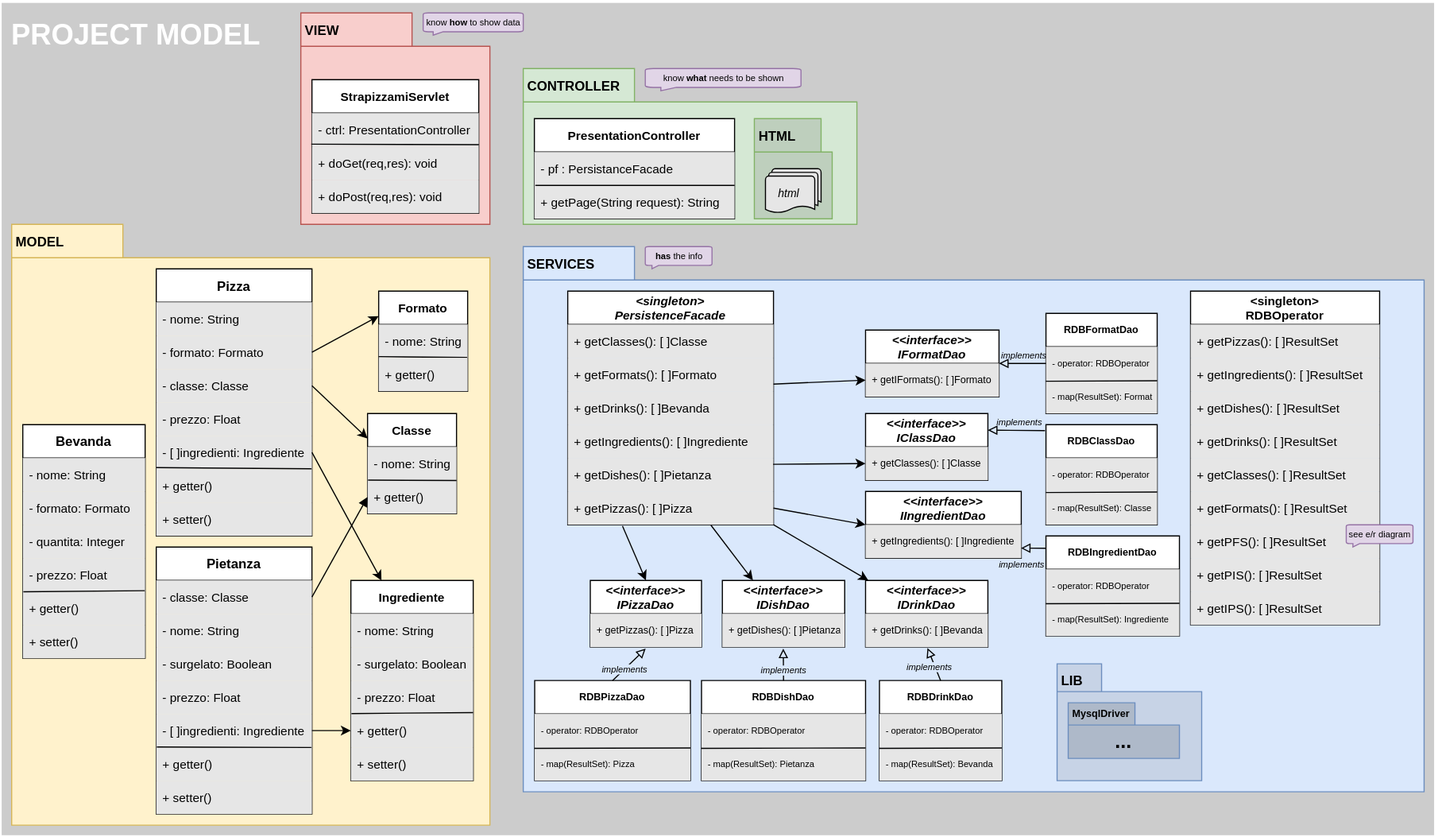
omismone/strapizzami keeps this draw.io diagram as doc/assets/projectModelCiclo1.drawio.svg. Above is the earlier version. Source tidied: cells renumbered, new cells last; positions are measured from the earlier drawing's top-left corner, leaving out a move shared by most shapes.
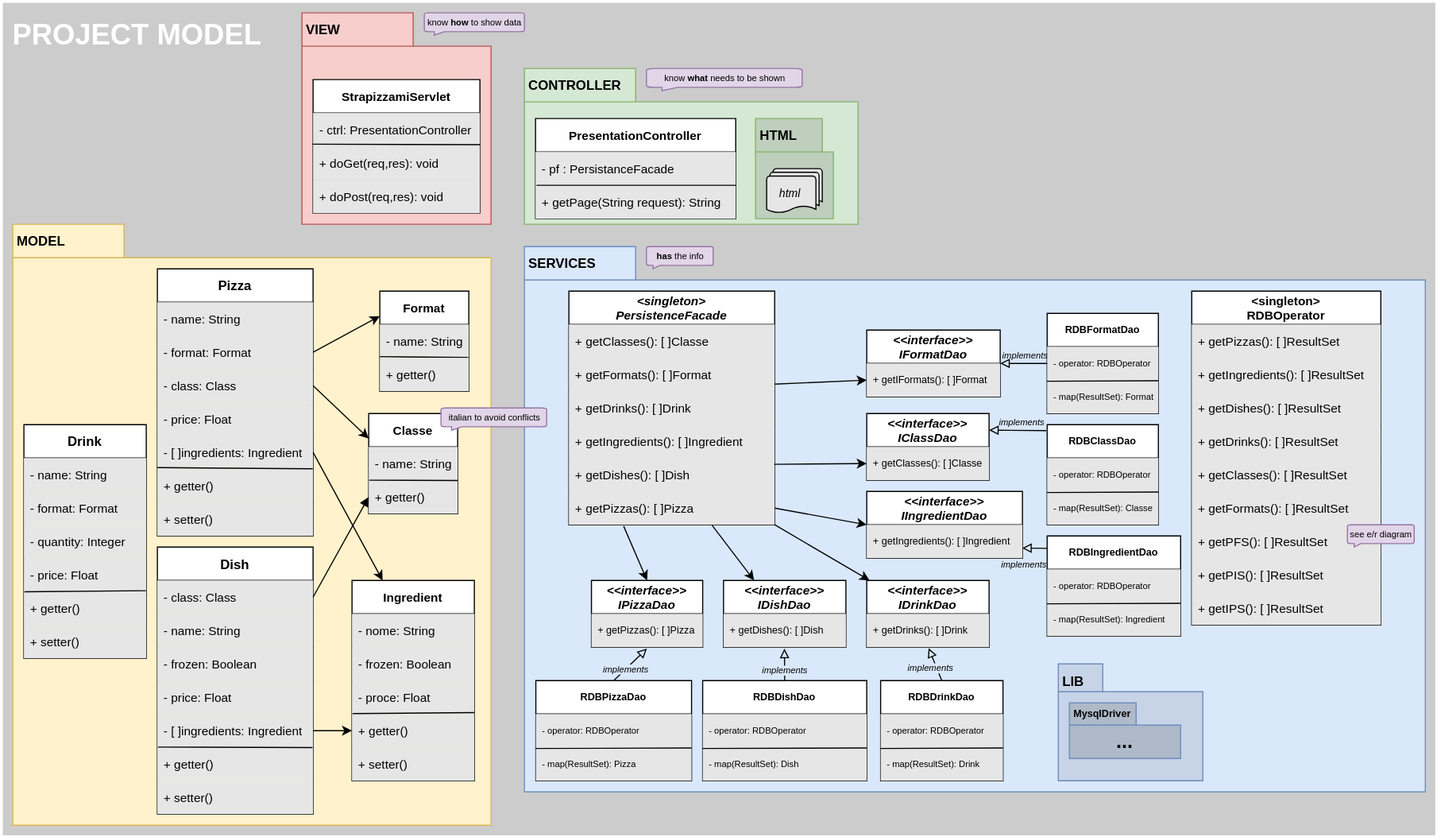
After the change.

What changed in the source:
```diff
@@ -13,15 +13,15 @@
     </mxCell>
-    <mxCell id="5" value="- nome: String" style="text;strokeColor=none;fillColor=#E6E6E6;align=left;verticalAlign=middle;spacingLeft=4;spacingRight=4;overflow=hidden;fontSize=11;" parent="4" vertex="1">
+    <mxCell id="5" value="- name: String" style="text;strokeColor=none;fillColor=#E6E6E6;align=left;verticalAlign=middle;spacingLeft=4;spacingRight=4;overflow=hidden;fontSize=11;" parent="4" vertex="1">
       <mxGeometry y="30" width="140" height="30" as="geometry" />
     </mxCell>
-    <mxCell id="6" value="- formato: Formato" style="text;strokeColor=none;fillColor=#E6E6E6;align=left;verticalAlign=middle;spacingLeft=4;spacingRight=4;overflow=hidden;points=[[0,0.5],[1,0.5]];portConstraint=eastwest;fontSize=11;" parent="4" vertex="1">
+    <mxCell id="6" value="- format: Format" style="text;strokeColor=none;fillColor=#E6E6E6;align=left;verticalAlign=middle;spacingLeft=4;spacingRight=4;overflow=hidden;points=[[0,0.5],[1,0.5]];portConstraint=eastwest;fontSize=11;" parent="4" vertex="1">
       <mxGeometry y="60" width="140" height="30" as="geometry" />
     </mxCell>
-    <mxCell id="7" value="- classe: Classe" style="text;strokeColor=none;fillColor=#E6E6E6;align=left;verticalAlign=middle;spacingLeft=4;spacingRight=4;overflow=hidden;points=[[0,0.5],[1,0.5]];portConstraint=eastwest;fontSize=11;" parent="4" vertex="1">
+    <mxCell id="7" value="- class: Class" style="text;strokeColor=none;fillColor=#E6E6E6;align=left;verticalAlign=middle;spacingLeft=4;spacingRight=4;overflow=hidden;points=[[0,0.5],[1,0.5]];portConstraint=eastwest;fontSize=11;" parent="4" vertex="1">
       <mxGeometry y="90" width="140" height="30" as="geometry" />
     </mxCell>
-    <mxCell id="8" value="- prezzo: Float" style="text;strokeColor=none;fillColor=#E6E6E6;align=left;verticalAlign=middle;spacingLeft=4;spacingRight=4;overflow=hidden;fontSize=11;" parent="4" vertex="1">
+    <mxCell id="8" value="- price: Float" style="text;strokeColor=none;fillColor=#E6E6E6;align=left;verticalAlign=middle;spacingLeft=4;spacingRight=4;overflow=hidden;fontSize=11;" parent="4" vertex="1">
       <mxGeometry y="120" width="140" height="30" as="geometry" />
     </mxCell>
-    <mxCell id="9" value="- [ ]ingredienti: Ingrediente" style="text;strokeColor=none;fillColor=#E6E6E6;align=left;verticalAlign=middle;spacingLeft=4;spacingRight=4;overflow=hidden;points=[[0,0.5],[1,0.5]];portConstraint=eastwest;fontSize=11;" parent="4" vertex="1">
+    <mxCell id="9" value="- [ ]ingredients: Ingredient" style="text;strokeColor=none;fillColor=#E6E6E6;align=left;verticalAlign=middle;spacingLeft=4;spacingRight=4;overflow=hidden;points=[[0,0.5],[1,0.5]];portConstraint=eastwest;fontSize=11;" parent="4" vertex="1">
       <mxGeometry y="150" width="140" height="30" as="geometry" />
@@ -37,6 +37,6 @@
     </mxCell>
-    <mxCell id="13" value="Formato" style="swimlane;fontStyle=1;horizontal=1;startSize=30;fontSize=11;" parent="1" vertex="1">
+    <mxCell id="13" value="Format" style="swimlane;fontStyle=1;horizontal=1;startSize=30;fontSize=11;" parent="1" vertex="1">
       <mxGeometry x="340" y="260" width="80" height="90" as="geometry" />
     </mxCell>
-    <mxCell id="14" value="- nome: String" style="text;strokeColor=none;fillColor=#E6E6E6;align=left;verticalAlign=middle;spacingLeft=4;spacingRight=4;overflow=hidden;points=[[0,0.5],[1,0.5]];portConstraint=eastwest;fontSize=11;" parent="13" vertex="1">
+    <mxCell id="14" value="- name: String" style="text;strokeColor=none;fillColor=#E6E6E6;align=left;verticalAlign=middle;spacingLeft=4;spacingRight=4;overflow=hidden;points=[[0,0.5],[1,0.5]];portConstraint=eastwest;fontSize=11;" parent="13" vertex="1">
       <mxGeometry y="30" width="80" height="30" as="geometry" />
@@ -52,3 +52,3 @@
     </mxCell>
-    <mxCell id="18" value="- nome: String" style="text;strokeColor=none;fillColor=#E6E6E6;align=left;verticalAlign=middle;spacingLeft=4;spacingRight=4;overflow=hidden;points=[[0,0.5],[1,0.5]];portConstraint=eastwest;fontSize=11;" parent="17" vertex="1">
+    <mxCell id="18" value="- name: String" style="text;strokeColor=none;fillColor=#E6E6E6;align=left;verticalAlign=middle;spacingLeft=4;spacingRight=4;overflow=hidden;points=[[0,0.5],[1,0.5]];portConstraint=eastwest;fontSize=11;" parent="17" vertex="1">
       <mxGeometry y="30" width="80" height="30" as="geometry" />
@@ -61,3 +61,3 @@
     </mxCell>
-    <mxCell id="21" value="Ingrediente" style="swimlane;fontStyle=1;horizontal=1;startSize=30;fontSize=11;" parent="1" vertex="1">
+    <mxCell id="21" value="Ingredient" style="swimlane;fontStyle=1;horizontal=1;startSize=30;fontSize=11;" parent="1" vertex="1">
       <mxGeometry x="315" y="520" width="110" height="180" as="geometry" />
@@ -67,6 +67,6 @@
     </mxCell>
-    <mxCell id="23" value="- surgelato: Boolean" style="text;strokeColor=none;fillColor=#E6E6E6;align=left;verticalAlign=middle;spacingLeft=4;spacingRight=4;overflow=hidden;fontSize=11;" parent="21" vertex="1">
+    <mxCell id="23" value="- frozen: Boolean" style="text;strokeColor=none;fillColor=#E6E6E6;align=left;verticalAlign=middle;spacingLeft=4;spacingRight=4;overflow=hidden;fontSize=11;" parent="21" vertex="1">
       <mxGeometry y="60" width="110" height="30" as="geometry" />
     </mxCell>
-    <mxCell id="24" value="- prezzo: Float" style="text;strokeColor=none;fillColor=#E6E6E6;align=left;verticalAlign=middle;spacingLeft=4;spacingRight=4;overflow=hidden;fontSize=11;" parent="21" vertex="1">
+    <mxCell id="24" value="- proce: Float" style="text;strokeColor=none;fillColor=#E6E6E6;align=left;verticalAlign=middle;spacingLeft=4;spacingRight=4;overflow=hidden;fontSize=11;" parent="21" vertex="1">
       <mxGeometry y="90" width="110" height="30" as="geometry" />
@@ -82,15 +82,15 @@
     </mxCell>
-    <mxCell id="28" value="Bevanda" style="swimlane;fontStyle=1;horizontal=1;startSize=30;fontSize=12;" parent="1" vertex="1">
+    <mxCell id="28" value="Drink" style="swimlane;fontStyle=1;horizontal=1;startSize=30;fontSize=12;" parent="1" vertex="1">
       <mxGeometry x="20" y="380" width="110" height="210" as="geometry" />
     </mxCell>
-    <mxCell id="29" value="- nome: String" style="text;strokeColor=none;fillColor=#E6E6E6;align=left;verticalAlign=middle;spacingLeft=4;spacingRight=4;overflow=hidden;fontSize=11;" parent="28" vertex="1">
+    <mxCell id="29" value="- name: String" style="text;strokeColor=none;fillColor=#E6E6E6;align=left;verticalAlign=middle;spacingLeft=4;spacingRight=4;overflow=hidden;fontSize=11;" parent="28" vertex="1">
       <mxGeometry y="30" width="110" height="30" as="geometry" />
     </mxCell>
-    <mxCell id="30" value="- formato: Formato" style="text;strokeColor=none;fillColor=#E6E6E6;align=left;verticalAlign=middle;spacingLeft=4;spacingRight=4;overflow=hidden;fontSize=11;" parent="28" vertex="1">
+    <mxCell id="30" value="- format: Format" style="text;strokeColor=none;fillColor=#E6E6E6;align=left;verticalAlign=middle;spacingLeft=4;spacingRight=4;overflow=hidden;fontSize=11;" parent="28" vertex="1">
       <mxGeometry y="60" width="110" height="30" as="geometry" />
     </mxCell>
-    <mxCell id="31" value="- quantita: Integer" style="text;strokeColor=none;fillColor=#E6E6E6;align=left;verticalAlign=middle;spacingLeft=4;spacingRight=4;overflow=hidden;fontSize=11;" parent="28" vertex="1">
+    <mxCell id="31" value="- quantity: Integer" style="text;strokeColor=none;fillColor=#E6E6E6;align=left;verticalAlign=middle;spacingLeft=4;spacingRight=4;overflow=hidden;fontSize=11;" parent="28" vertex="1">
       <mxGeometry y="90" width="110" height="30" as="geometry" />
     </mxCell>
-    <mxCell id="32" value="- prezzo: Float" style="text;strokeColor=none;fillColor=#E6E6E6;align=left;verticalAlign=middle;spacingLeft=4;spacingRight=4;overflow=hidden;fontSize=11;" parent="28" vertex="1">
+    <mxCell id="32" value="- price: Float" style="text;strokeColor=none;fillColor=#E6E6E6;align=left;verticalAlign=middle;spacingLeft=4;spacingRight=4;overflow=hidden;fontSize=11;" parent="28" vertex="1">
       <mxGeometry y="120" width="110" height="30" as="geometry" />
@@ -124,12 +124,12 @@
     </mxCell>
-    <mxCell id="42" value="+ getFormats(): [ ]Formato" style="text;strokeColor=none;fillColor=#E6E6E6;align=left;verticalAlign=middle;spacingLeft=4;spacingRight=4;overflow=hidden;points=[[0,0.5],[1,0.5]];portConstraint=eastwest;fontSize=11;" parent="40" vertex="1">
+    <mxCell id="42" value="+ getFormats(): [ ]Format" style="text;strokeColor=none;fillColor=#E6E6E6;align=left;verticalAlign=middle;spacingLeft=4;spacingRight=4;overflow=hidden;points=[[0,0.5],[1,0.5]];portConstraint=eastwest;fontSize=11;" parent="40" vertex="1">
       <mxGeometry y="60" width="185" height="30" as="geometry" />
     </mxCell>
-    <mxCell id="43" value="+ getDrinks(): [ ]Bevanda" style="text;strokeColor=none;fillColor=#E6E6E6;align=left;verticalAlign=middle;spacingLeft=4;spacingRight=4;overflow=hidden;fontSize=11;" parent="40" vertex="1">
+    <mxCell id="43" value="+ getDrinks(): [ ]Drink" style="text;strokeColor=none;fillColor=#E6E6E6;align=left;verticalAlign=middle;spacingLeft=4;spacingRight=4;overflow=hidden;fontSize=11;" parent="40" vertex="1">
       <mxGeometry y="90" width="185" height="30" as="geometry" />
     </mxCell>
-    <mxCell id="44" value="+ getIngredients(): [ ]Ingrediente" style="text;strokeColor=none;fillColor=#E6E6E6;align=left;verticalAlign=middle;spacingLeft=4;spacingRight=4;overflow=hidden;fontSize=11;" parent="40" vertex="1">
+    <mxCell id="44" value="+ getIngredients(): [ ]Ingredient" style="text;strokeColor=none;fillColor=#E6E6E6;align=left;verticalAlign=middle;spacingLeft=4;spacingRight=4;overflow=hidden;fontSize=11;" parent="40" vertex="1">
       <mxGeometry y="120" width="185" height="30" as="geometry" />
     </mxCell>
-    <mxCell id="45" value="+ getDishes(): [ ]Pietanza" style="text;strokeColor=none;fillColor=#E6E6E6;align=left;verticalAlign=middle;spacingLeft=4;spacingRight=4;overflow=hidden;points=[[0,0.5],[1,0.5]];portConstraint=eastwest;fontSize=11;" parent="40" vertex="1">
+    <mxCell id="45" value="+ getDishes(): [ ]Dish" style="text;strokeColor=none;fillColor=#E6E6E6;align=left;verticalAlign=middle;spacingLeft=4;spacingRight=4;overflow=hidden;points=[[0,0.5],[1,0.5]];portConstraint=eastwest;fontSize=11;" parent="40" vertex="1">
       <mxGeometry y="150" width="185" height="30" as="geometry" />
@@ -187,18 +187,18 @@
     </mxCell>
-    <mxCell id="63" value="Pietanza" style="swimlane;fontStyle=1;horizontal=1;startSize=30;fontSize=12;" parent="1" vertex="1">
+    <mxCell id="63" value="Dish" style="swimlane;fontStyle=1;horizontal=1;startSize=30;fontSize=12;" parent="1" vertex="1">
       <mxGeometry x="140" y="490" width="140" height="240" as="geometry" />
     </mxCell>
-    <mxCell id="64" value="- classe: Classe" style="text;strokeColor=none;fillColor=#E6E6E6;align=left;verticalAlign=middle;spacingLeft=4;spacingRight=4;overflow=hidden;points=[[0,0.5],[1,0.5]];portConstraint=eastwest;fontSize=11;" parent="63" vertex="1">
+    <mxCell id="64" value="- class: Class" style="text;strokeColor=none;fillColor=#E6E6E6;align=left;verticalAlign=middle;spacingLeft=4;spacingRight=4;overflow=hidden;points=[[0,0.5],[1,0.5]];portConstraint=eastwest;fontSize=11;" parent="63" vertex="1">
       <mxGeometry y="30" width="140" height="30" as="geometry" />
     </mxCell>
-    <mxCell id="65" value="- nome: String" style="text;strokeColor=none;fillColor=#E6E6E6;align=left;verticalAlign=middle;spacingLeft=4;spacingRight=4;overflow=hidden;fontSize=11;" parent="63" vertex="1">
+    <mxCell id="65" value="- name: String" style="text;strokeColor=none;fillColor=#E6E6E6;align=left;verticalAlign=middle;spacingLeft=4;spacingRight=4;overflow=hidden;fontSize=11;" parent="63" vertex="1">
       <mxGeometry y="60" width="140" height="30" as="geometry" />
     </mxCell>
-    <mxCell id="66" value="- surgelato: Boolean" style="text;strokeColor=none;fillColor=#E6E6E6;align=left;verticalAlign=middle;spacingLeft=4;spacingRight=4;overflow=hidden;fontSize=11;" parent="63" vertex="1">
+    <mxCell id="66" value="- frozen: Boolean" style="text;strokeColor=none;fillColor=#E6E6E6;align=left;verticalAlign=middle;spacingLeft=4;spacingRight=4;overflow=hidden;fontSize=11;" parent="63" vertex="1">
       <mxGeometry y="90" width="140" height="30" as="geometry" />
     </mxCell>
-    <mxCell id="67" value="- prezzo: Float" style="text;strokeColor=none;fillColor=#E6E6E6;align=left;verticalAlign=middle;spacingLeft=4;spacingRight=4;overflow=hidden;fontSize=11;" parent="63" vertex="1">
+    <mxCell id="67" value="- price: Float" style="text;strokeColor=none;fillColor=#E6E6E6;align=left;verticalAlign=middle;spacingLeft=4;spacingRight=4;overflow=hidden;fontSize=11;" parent="63" vertex="1">
       <mxGeometry y="120" width="140" height="30" as="geometry" />
     </mxCell>
-    <mxCell id="68" value="- [ ]ingredienti: Ingrediente" style="text;strokeColor=none;fillColor=#E6E6E6;align=left;verticalAlign=middle;spacingLeft=4;spacingRight=4;overflow=hidden;points=[[0,0.5],[1,0.5]];portConstraint=eastwest;fontSize=11;" parent="63" vertex="1">
+    <mxCell id="68" value="- [ ]ingredients: Ingredient" style="text;strokeColor=none;fillColor=#E6E6E6;align=left;verticalAlign=middle;spacingLeft=4;spacingRight=4;overflow=hidden;points=[[0,0.5],[1,0.5]];portConstraint=eastwest;fontSize=11;" parent="63" vertex="1">
       <mxGeometry y="150" width="140" height="30" as="geometry" />
@@ -232,3 +232,3 @@
     </mxCell>
-    <mxCell id="78" value="+ getDishes(): [ ]Pietanza" style="text;strokeColor=none;fillColor=#E6E6E6;align=left;verticalAlign=middle;spacingLeft=4;spacingRight=4;overflow=hidden;points=[[0,0.5],[1,0.5]];portConstraint=eastwest;fontSize=9;" parent="77" vertex="1">
+    <mxCell id="78" value="+ getDishes(): [ ]Dish" style="text;strokeColor=none;fillColor=#E6E6E6;align=left;verticalAlign=middle;spacingLeft=4;spacingRight=4;overflow=hidden;points=[[0,0.5],[1,0.5]];portConstraint=eastwest;fontSize=9;" parent="77" vertex="1">
       <mxGeometry y="30" width="110" height="30" as="geometry" />
@@ -241,3 +241,3 @@
     </mxCell>
-    <mxCell id="81" value="- map(ResultSet): Pietanza" style="text;strokeColor=none;fillColor=#E6E6E6;align=left;verticalAlign=middle;spacingLeft=4;spacingRight=4;overflow=hidden;points=[[0,0.5],[1,0.5]];portConstraint=eastwest;fontSize=8;" parent="79" vertex="1">
+    <mxCell id="81" value="- map(ResultSet): Dish" style="text;strokeColor=none;fillColor=#E6E6E6;align=left;verticalAlign=middle;spacingLeft=4;spacingRight=4;overflow=hidden;points=[[0,0.5],[1,0.5]];portConstraint=eastwest;fontSize=8;" parent="79" vertex="1">
       <mxGeometry y="60" width="147.5" height="30" as="geometry" />
@@ -256,3 +256,3 @@
     </mxCell>
-    <mxCell id="86" value="+ getDrinks(): [ ]Bevanda" style="text;strokeColor=none;fillColor=#E6E6E6;align=left;verticalAlign=middle;spacingLeft=4;spacingRight=4;overflow=hidden;points=[[0,0.5],[1,0.5]];portConstraint=eastwest;fontSize=9;" parent="85" vertex="1">
+    <mxCell id="86" value="+ getDrinks(): [ ]Drink" style="text;strokeColor=none;fillColor=#E6E6E6;align=left;verticalAlign=middle;spacingLeft=4;spacingRight=4;overflow=hidden;points=[[0,0.5],[1,0.5]];portConstraint=eastwest;fontSize=9;" parent="85" vertex="1">
       <mxGeometry y="30" width="110" height="30" as="geometry" />
@@ -265,3 +265,3 @@
     </mxCell>
-    <mxCell id="89" value="- map(ResultSet): Bevanda" style="text;strokeColor=none;fillColor=#E6E6E6;align=left;verticalAlign=middle;spacingLeft=4;spacingRight=4;overflow=hidden;points=[[0,0.5],[1,0.5]];portConstraint=eastwest;fontSize=8;" parent="87" vertex="1">
+    <mxCell id="89" value="- map(ResultSet): Drink  " style="text;strokeColor=none;fillColor=#E6E6E6;align=left;verticalAlign=middle;spacingLeft=4;spacingRight=4;overflow=hidden;points=[[0,0.5],[1,0.5]];portConstraint=eastwest;fontSize=8;" parent="87" vertex="1">
       <mxGeometry y="60" width="110" height="30" as="geometry" />
@@ -282,3 +282,3 @@
     </mxCell>
-    <mxCell id="94" value="+ getIngredients(): [ ]Ingrediente" style="text;strokeColor=none;fillColor=#E6E6E6;align=left;verticalAlign=middle;spacingLeft=4;spacingRight=4;overflow=hidden;points=[[0,0.5],[1,0.5]];portConstraint=eastwest;fontSize=9;" parent="93" vertex="1">
+    <mxCell id="94" value="+ getIngredients(): [ ]Ingredient" style="text;strokeColor=none;fillColor=#E6E6E6;align=left;verticalAlign=middle;spacingLeft=4;spacingRight=4;overflow=hidden;points=[[0,0.5],[1,0.5]];portConstraint=eastwest;fontSize=9;" parent="93" vertex="1">
       <mxGeometry y="30" width="140" height="30" as="geometry" />
@@ -291,3 +291,3 @@
     </mxCell>
-    <mxCell id="97" value="- map(ResultSet): Ingrediente" style="text;strokeColor=none;fillColor=#E6E6E6;align=left;verticalAlign=middle;spacingLeft=4;spacingRight=4;overflow=hidden;points=[[0,0.5],[1,0.5]];portConstraint=eastwest;fontSize=8;" parent="95" vertex="1">
+    <mxCell id="97" value="- map(ResultSet): Ingredient" style="text;strokeColor=none;fillColor=#E6E6E6;align=left;verticalAlign=middle;spacingLeft=4;spacingRight=4;overflow=hidden;points=[[0,0.5],[1,0.5]];portConstraint=eastwest;fontSize=8;" parent="95" vertex="1">
       <mxGeometry y="60" width="120" height="30" as="geometry" />
@@ -334,3 +334,3 @@
     </mxCell>
-    <mxCell id="110" value="+ getIFormats(): [ ]Formato" style="text;strokeColor=none;fillColor=#E6E6E6;align=left;verticalAlign=middle;spacingLeft=4;spacingRight=4;overflow=hidden;points=[[0,0.5],[1,0.5]];portConstraint=eastwest;fontSize=9;" parent="109" vertex="1">
+    <mxCell id="110" value="+ getIFormats(): [ ]Format" style="text;strokeColor=none;fillColor=#E6E6E6;align=left;verticalAlign=middle;spacingLeft=4;spacingRight=4;overflow=hidden;points=[[0,0.5],[1,0.5]];portConstraint=eastwest;fontSize=9;" parent="109" vertex="1">
       <mxGeometry y="30" width="120" height="30" as="geometry" />
@@ -343,3 +343,3 @@
     </mxCell>
-    <mxCell id="113" value="- map(ResultSet): Formato" style="text;strokeColor=none;fillColor=#E6E6E6;align=left;verticalAlign=middle;spacingLeft=4;spacingRight=4;overflow=hidden;points=[[0,0.5],[1,0.5]];portConstraint=eastwest;fontSize=8;" parent="111" vertex="1">
+    <mxCell id="113" value="- map(ResultSet): Format" style="text;strokeColor=none;fillColor=#E6E6E6;align=left;verticalAlign=middle;spacingLeft=4;spacingRight=4;overflow=hidden;points=[[0,0.5],[1,0.5]];portConstraint=eastwest;fontSize=8;" parent="111" vertex="1">
       <mxGeometry y="60" width="100" height="30" as="geometry" />
@@ -432,2 +432,5 @@
     </mxCell>
+    <mxCell id="142" value="italian to avoid conflicts" style="html=1;verticalLabelPosition=middle;align=center;labelBackgroundColor=none;verticalAlign=middle;strokeWidth=1;strokeColor=#9673a6;shadow=0;dashed=0;shape=mxgraph.ios7.icons.message;labelBorderColor=none;fontSize=8;direction=east;flipH=1;labelPosition=center;spacingTop=-3;fillColor=#e1d5e7;" parent="1" vertex="1">
+      <mxGeometry x="395" y="365" width="95" height="20" as="geometry" />
+    </mxCell>
   </root>
```
